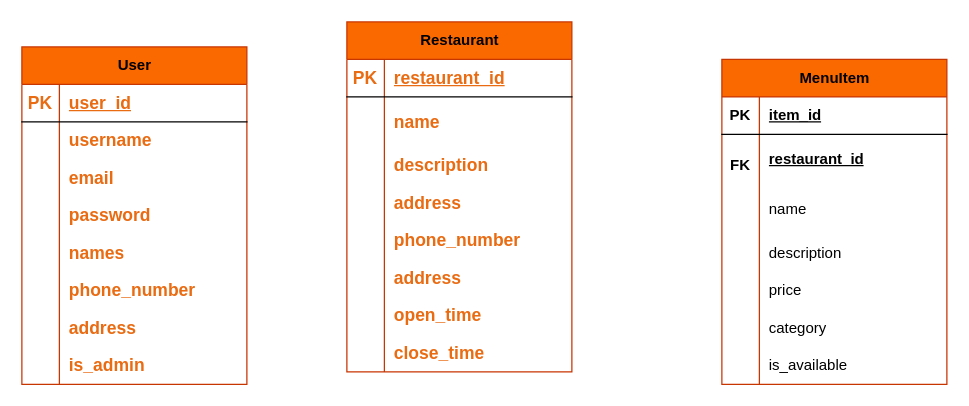
This is FoodDeliveryDatabase.drawio from dabiko/draw-io, a draw.io file, before an edit. Source tidied: cells renumbered, new cells numbered last; positions are measured from the earlier drawing's top-left corner, leaving out a move shared by most shapes. Both pictures are drawn from the tidied source at 125%, with x=0, y=0 at pixel (21, 21).
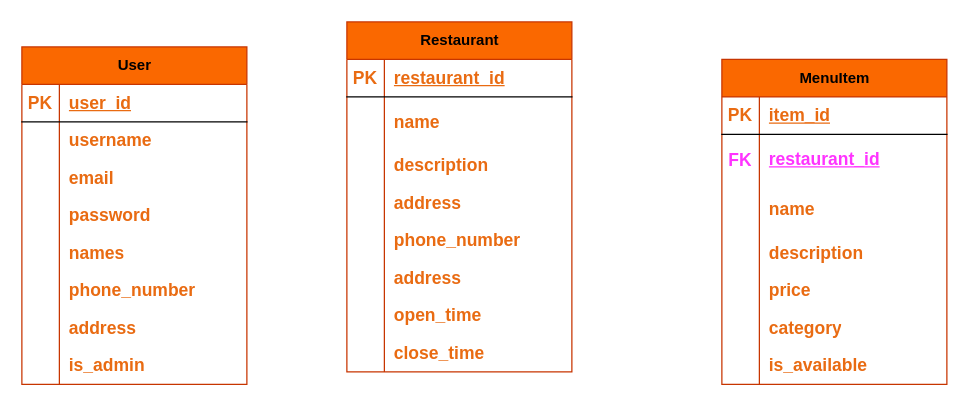
The same page after the edit.

Unchanged cells that the change refers to:
```xml
<mxCell id="53" style="shape=tableRow;horizontal=0;startSize=0;swimlaneHead=0;swimlaneBody=0;fillColor=none;top=0;left=0;right=0;bottom=1;" parent="52" vertex="1">
  <mxGeometry y="30" width="180" height="30" as="geometry" />
</mxCell>
<mxCell id="56" style="shape=tableRow;horizontal=0;startSize=0;swimlaneHead=0;swimlaneBody=0;fillColor=none;top=0;left=0;right=0;bottom=0;" parent="52" vertex="1">
  <mxGeometry y="60" width="180" height="40" as="geometry" />
</mxCell>
<mxCell id="59" style="shape=tableRow;horizontal=0;startSize=0;swimlaneHead=0;swimlaneBody=0;fillColor=none;top=0;left=0;right=0;bottom=0;" parent="52" vertex="1">
  <mxGeometry y="100" width="180" height="40" as="geometry" />
</mxCell>
<mxCell id="62" style="shape=tableRow;horizontal=0;startSize=0;swimlaneHead=0;swimlaneBody=0;fillColor=none;top=0;left=0;right=0;bottom=0;" parent="52" vertex="1">
  <mxGeometry y="140" width="180" height="30" as="geometry" />
</mxCell>
<mxCell id="65" style="shape=tableRow;horizontal=0;startSize=0;swimlaneHead=0;swimlaneBody=0;fillColor=none;top=0;left=0;right=0;bottom=0;" parent="52" vertex="1">
  <mxGeometry y="170" width="180" height="30" as="geometry" />
</mxCell>
<mxCell id="68" style="shape=tableRow;horizontal=0;startSize=0;swimlaneHead=0;swimlaneBody=0;fillColor=none;top=0;left=0;right=0;bottom=0;" parent="52" vertex="1">
  <mxGeometry y="200" width="180" height="30" as="geometry" />
</mxCell>
<mxCell id="71" style="shape=tableRow;horizontal=0;startSize=0;swimlaneHead=0;swimlaneBody=0;fillColor=none;top=0;left=0;right=0;bottom=0;" parent="52" vertex="1">
  <mxGeometry y="230" width="180" height="30" as="geometry" />
</mxCell>
```

Diff of the diagram source:
```diff
@@
-    <mxCell id="54" value="PK" style="shape=partialRectangle;fillColor=none;top=0;left=0;bottom=0;right=0;fontStyle=1;overflow=hidden;whiteSpace=wrap;html=1;" parent="53" vertex="1">
+    <mxCell id="54" value="PK" style="shape=partialRectangle;fillColor=none;top=0;left=0;bottom=0;right=0;fontStyle=1;overflow=hidden;whiteSpace=wrap;html=1;fontSize=14;fontColor=#e96b12;" parent="53" vertex="1">
       <mxGeometry width="30" height="30" as="geometry" />
     </mxCell>
-    <mxCell id="55" value="item_id" style="shape=partialRectangle;fillColor=none;top=0;left=0;bottom=0;right=0;align=left;spacingLeft=6;fontStyle=5;overflow=hidden;whiteSpace=wrap;html=1;" parent="53" vertex="1">
+    <mxCell id="55" value="item_id" style="shape=partialRectangle;fillColor=none;top=0;left=0;bottom=0;right=0;align=left;spacingLeft=6;fontStyle=5;overflow=hidden;whiteSpace=wrap;html=1;fontSize=14;fontColor=#e96b12;" parent="53" vertex="1">
       <mxGeometry x="30" width="150" height="30" as="geometry" />
     </mxCell>
@@
-    <mxCell id="58" value="&lt;span style=&quot;font-weight: 700; text-decoration-line: underline;&quot;&gt;restaurant_id&lt;/span&gt;" style="shape=partialRectangle;fillColor=none;top=0;left=0;bottom=0;right=0;align=left;spacingLeft=6;overflow=hidden;whiteSpace=wrap;html=1;" parent="56" vertex="1">
+    <mxCell id="58" value="&lt;span style=&quot;text-decoration-line: underline; font-size: 14px;&quot;&gt;restaurant_id&lt;/span&gt;" style="shape=partialRectangle;fillColor=none;top=0;left=0;bottom=0;right=0;align=left;spacingLeft=6;overflow=hidden;whiteSpace=wrap;html=1;fontStyle=1;fontSize=14;fontColor=#FF33FF;" parent="56" vertex="1">
       <mxGeometry x="30" width="150" height="40" as="geometry" />
     </mxCell>
@@
-    <mxCell id="61" value="name" style="shape=partialRectangle;fillColor=none;top=0;left=0;bottom=0;right=0;align=left;spacingLeft=6;overflow=hidden;whiteSpace=wrap;html=1;" parent="59" vertex="1">
+    <mxCell id="61" value="name" style="shape=partialRectangle;fillColor=none;top=0;left=0;bottom=0;right=0;align=left;spacingLeft=6;overflow=hidden;whiteSpace=wrap;html=1;fontStyle=1;fontSize=14;fontColor=#e96b12;" parent="59" vertex="1">
       <mxGeometry x="30" width="150" height="40" as="geometry" />
     </mxCell>
@@
-    <mxCell id="64" value="description" style="shape=partialRectangle;fillColor=none;top=0;left=0;bottom=0;right=0;align=left;spacingLeft=6;overflow=hidden;whiteSpace=wrap;html=1;" parent="62" vertex="1">
+    <mxCell id="64" value="description" style="shape=partialRectangle;fillColor=none;top=0;left=0;bottom=0;right=0;align=left;spacingLeft=6;overflow=hidden;whiteSpace=wrap;html=1;fontStyle=1;fontSize=14;fontColor=#e96b12;" parent="62" vertex="1">
       <mxGeometry x="30" width="150" height="30" as="geometry" />
     </mxCell>
@@
-    <mxCell id="67" value="price" style="shape=partialRectangle;fillColor=none;top=0;left=0;bottom=0;right=0;align=left;spacingLeft=6;overflow=hidden;whiteSpace=wrap;html=1;" parent="65" vertex="1">
+    <mxCell id="67" value="price" style="shape=partialRectangle;fillColor=none;top=0;left=0;bottom=0;right=0;align=left;spacingLeft=6;overflow=hidden;whiteSpace=wrap;html=1;fontStyle=1;fontSize=14;fontColor=#e96b12;" parent="65" vertex="1">
       <mxGeometry x="30" width="150" height="30" as="geometry" />
     </mxCell>
@@
-    <mxCell id="70" value="category" style="shape=partialRectangle;fillColor=none;top=0;left=0;bottom=0;right=0;align=left;spacingLeft=6;overflow=hidden;whiteSpace=wrap;html=1;" parent="68" vertex="1">
+    <mxCell id="70" value="category" style="shape=partialRectangle;fillColor=none;top=0;left=0;bottom=0;right=0;align=left;spacingLeft=6;overflow=hidden;whiteSpace=wrap;html=1;fontStyle=1;fontSize=14;fontColor=#e96b12;" parent="68" vertex="1">
       <mxGeometry x="30" width="150" height="30" as="geometry" />
     </mxCell>
@@
-    <mxCell id="73" value="is_available" style="shape=partialRectangle;fillColor=none;top=0;left=0;bottom=0;right=0;align=left;spacingLeft=6;overflow=hidden;whiteSpace=wrap;html=1;" parent="71" vertex="1">
+    <mxCell id="73" value="is_available" style="shape=partialRectangle;fillColor=none;top=0;left=0;bottom=0;right=0;align=left;spacingLeft=6;overflow=hidden;whiteSpace=wrap;html=1;fontStyle=1;fontSize=14;fontColor=#e96b12;" parent="71" vertex="1">
       <mxGeometry x="30" width="150" height="30" as="geometry" />
     </mxCell>
-    <mxCell id="74" value="FK" style="shape=partialRectangle;fillColor=none;top=0;left=0;bottom=0;right=0;fontStyle=1;overflow=hidden;whiteSpace=wrap;html=1;" parent="1" vertex="1">
-      <mxGeometry x="560" y="100" width="30" height="30" as="geometry" />
+    <mxCell id="74" value="FK" style="shape=partialRectangle;fillColor=none;top=0;left=0;bottom=0;right=0;fontStyle=1;overflow=hidden;whiteSpace=wrap;html=1;fontSize=14;fontColor=#FF33FF;" parent="1" vertex="1">
+      <mxGeometry x="560" y="96" width="30" height="30" as="geometry" />
     </mxCell>
```
